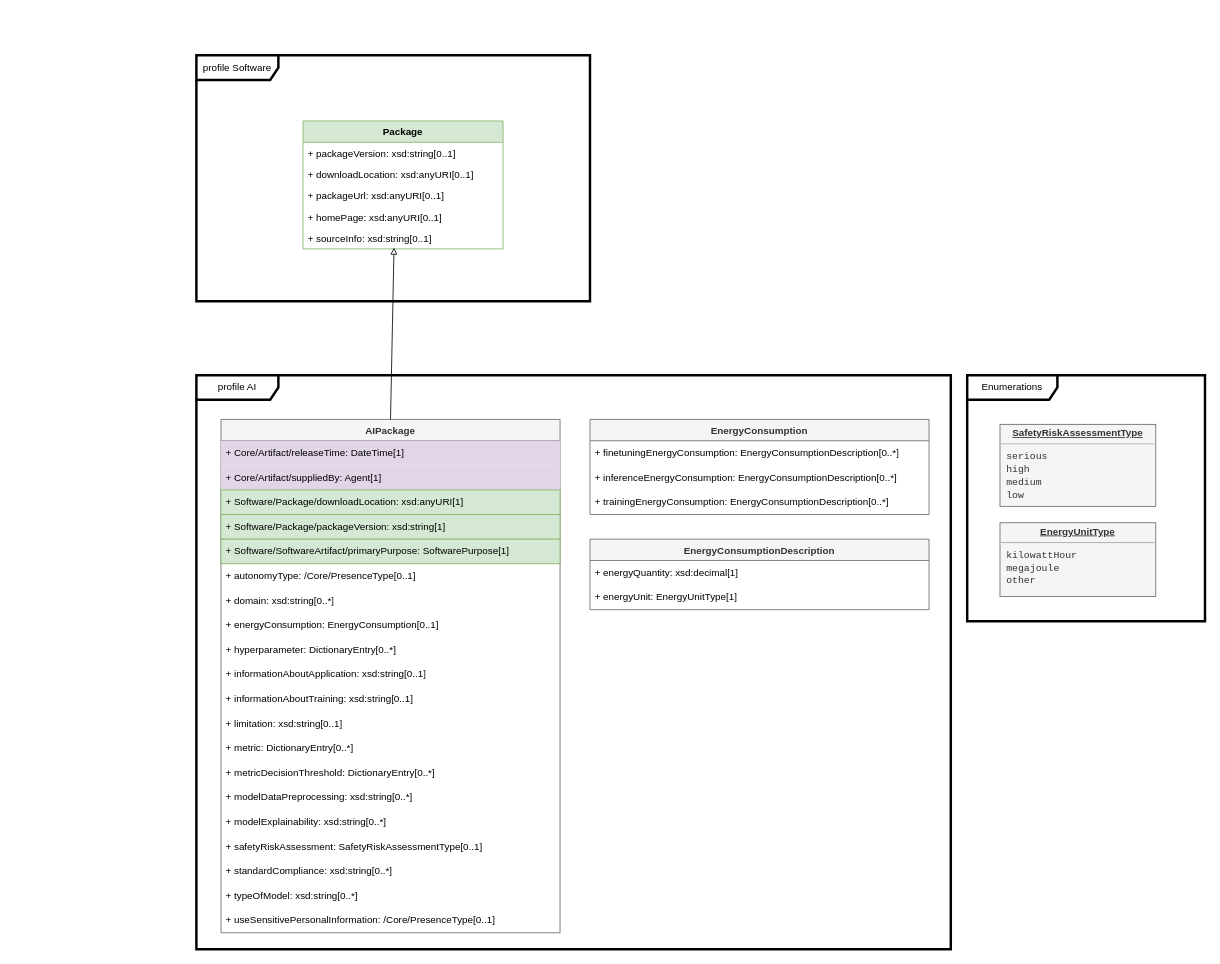
Above: page "AI" (7 of 8) of docs/model.drawio in spdx/spdx-3-model (draw.io), before the change. Source tidied: cells renumbered, new cells numbered last; positions are measured from the earlier drawing's top-left corner, leaving out a move shared by most shapes. Both pictures are drawn from the tidied source at 82%, with x=0, y=0 at pixel (196, 55).
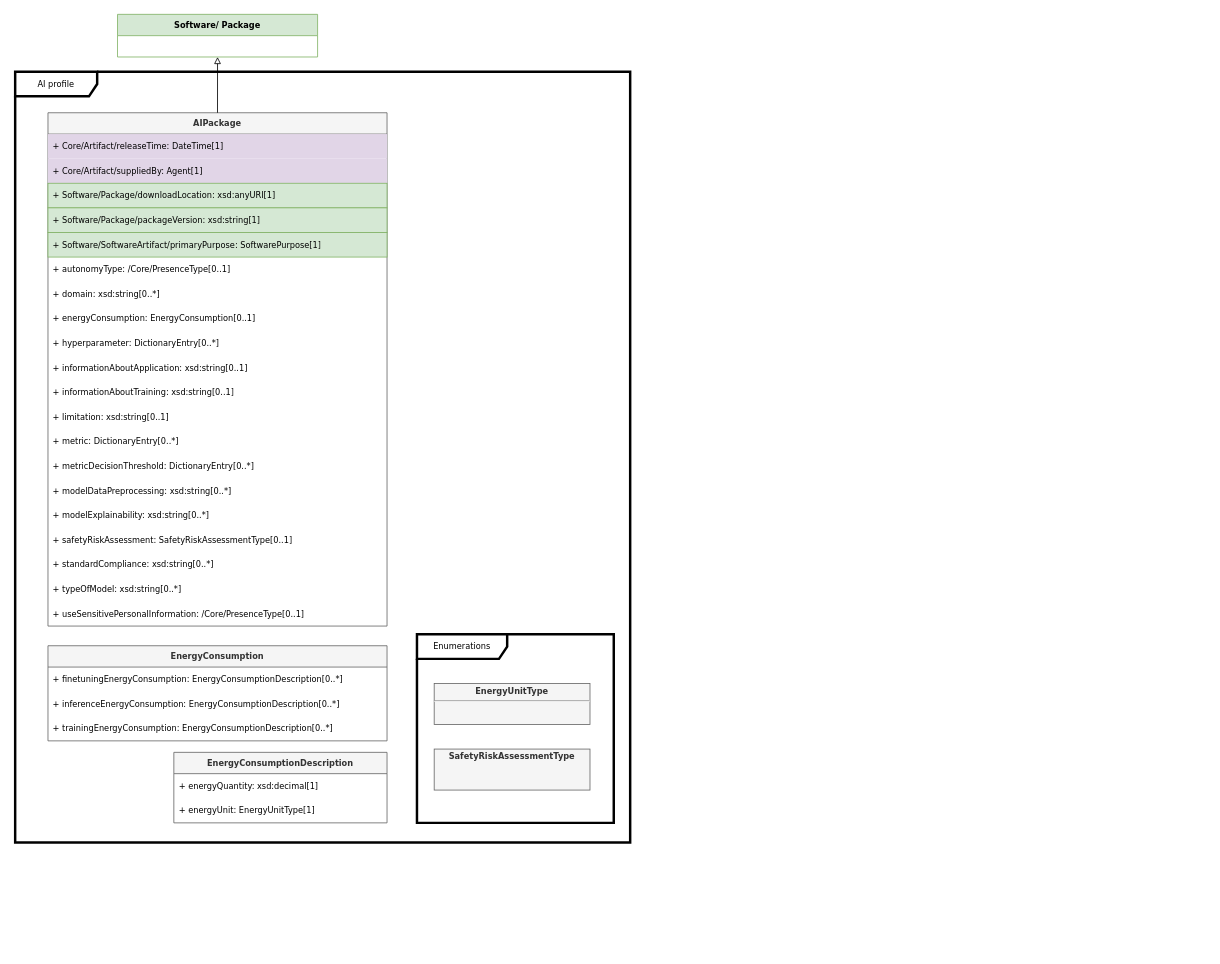
After the change.

Change to the diagram source:
```diff
@@
-    <mxCell id="2" value="profile Software" style="shape=umlFrame;whiteSpace=wrap;html=1;width=100;height=30;strokeWidth=3;" parent="1" vertex="1">
-      <mxGeometry width="480" height="300" as="geometry" />
-    </mxCell>
-    <mxCell id="3" value="Package" style="swimlane;fontStyle=1;horizontal=1;startSize=26;fillColor=#d5e8d4;strokeColor=#82b366;" parent="1" vertex="1">
-      <mxGeometry x="130" y="80" width="244" height="156" as="geometry" />
+    <mxCell id="3" value="Software/ Package" style="swimlane;fontStyle=1;horizontal=1;startSize=26;fillColor=#d5e8d4;strokeColor=#82b366;fontFamily=Verdana;fontSize=10;" parent="1" vertex="1">
+      <mxGeometry x="-96.2" y="-50" width="244" height="52" as="geometry" />
     </mxCell>
-    <mxCell id="4" value="+ packageVersion: xsd:string[0..1]" style="text;strokeColor=none;fillColor=none;align=left;verticalAlign=top;spacingLeft=4;spacingRight=4;overflow=hidden;" parent="3" vertex="1">
-      <mxGeometry y="26" width="244" height="26" as="geometry" />
-    </mxCell>
-    <mxCell id="5" value="+ downloadLocation: xsd:anyURI[0..1]" style="text;strokeColor=none;fillColor=none;align=left;verticalAlign=top;spacingLeft=4;spacingRight=4;overflow=hidden;" parent="3" vertex="1">
-      <mxGeometry y="52" width="244" height="26" as="geometry" />
-    </mxCell>
-    <mxCell id="6" value="+ packageUrl: xsd:anyURI[0..1]" style="text;strokeColor=none;fillColor=none;align=left;verticalAlign=top;spacingLeft=4;spacingRight=4;overflow=hidden;" parent="3" vertex="1">
-      <mxGeometry y="78" width="244" height="26" as="geometry" />
-    </mxCell>
-    <mxCell id="7" value="+ homePage: xsd:anyURI[0..1]" style="text;strokeColor=none;fillColor=none;align=left;verticalAlign=top;spacingLeft=4;spacingRight=4;overflow=hidden;" parent="3" vertex="1">
-      <mxGeometry y="104" width="244" height="26" as="geometry" />
-    </mxCell>
-    <mxCell id="8" value="+ sourceInfo: xsd:string[0..1]" style="text;strokeColor=none;fillColor=none;align=left;verticalAlign=top;spacingLeft=4;spacingRight=4;overflow=hidden;points=[[0,0.5],[1,0.5]];portConstraint=eastwest;" parent="3" vertex="1">
-      <mxGeometry y="130" width="244" height="26" as="geometry" />
-    </mxCell>
-    <mxCell id="9" value="profile AI" style="shape=umlFrame;whiteSpace=wrap;html=1;width=100;height=30;strokeWidth=3;" parent="1" vertex="1">
-      <mxGeometry y="390" width="920" height="700" as="geometry" />
+    <mxCell id="9" value="AI profile" style="shape=umlFrame;whiteSpace=wrap;html=1;width=100;height=30;strokeWidth=3;fontFamily=Verdana;fontSize=10;" parent="1" vertex="1">
+      <mxGeometry x="-221" y="20" width="750" height="940" as="geometry" />
     </mxCell>
-    <mxCell id="10" value="AIPackage" style="swimlane;fontStyle=1;horizontal=1;startSize=26;fillColor=#f5f5f5;strokeColor=#666666;fontColor=#333333;" parent="1" vertex="1">
-      <mxGeometry x="30" y="444" width="413.5" height="626" as="geometry" />
+    <mxCell id="10" value="AIPackage" style="swimlane;fontStyle=1;horizontal=1;startSize=26;fillColor=#f5f5f5;strokeColor=#666666;fontColor=#333333;fontFamily=Verdana;fontSize=10;" parent="1" vertex="1">
+      <mxGeometry x="-181" y="70" width="413.5" height="626" as="geometry" />
     </mxCell>
-    <mxCell id="11" value="+ Core/Artifact/releaseTime: DateTime[1]" style="text;strokeColor=none;fillColor=#E1D5E7;align=left;verticalAlign=middle;spacingLeft=4;spacingRight=4;overflow=hidden;whiteSpace=wrap;html=1;" parent="10" vertex="1">
+    <mxCell id="11" value="+ Core/Artifact/releaseTime: DateTime[1]" style="text;strokeColor=none;fillColor=#E1D5E7;align=left;verticalAlign=middle;spacingLeft=4;spacingRight=4;overflow=hidden;whiteSpace=wrap;html=1;fontFamily=Verdana;fontSize=10;" parent="10" vertex="1">
       <mxGeometry y="26" width="413.5" height="30" as="geometry" />
     </mxCell>
-    <mxCell id="12" value="+ Core/Artifact/suppliedBy: Agent[1]" style="text;strokeColor=none;fillColor=#E1D5E7;align=left;verticalAlign=middle;spacingLeft=4;spacingRight=4;overflow=hidden;whiteSpace=wrap;html=1;" parent="10" vertex="1">
+    <mxCell id="12" value="+ Core/Artifact/suppliedBy: Agent[1]" style="text;strokeColor=none;fillColor=#E1D5E7;align=left;verticalAlign=middle;spacingLeft=4;spacingRight=4;overflow=hidden;whiteSpace=wrap;html=1;fontFamily=Verdana;fontSize=10;" parent="10" vertex="1">
       <mxGeometry y="56" width="413.5" height="30" as="geometry" />
     </mxCell>
-    <mxCell id="13" value="+ Software/Package/downloadLocation: xsd:anyURI[1]" style="text;strokeColor=#82b366;fillColor=#d5e8d4;align=left;verticalAlign=middle;spacingLeft=4;spacingRight=4;overflow=hidden;whiteSpace=wrap;html=1;" parent="10" vertex="1">
+    <mxCell id="13" value="+ Software/Package/downloadLocation: xsd:anyURI[1]" style="text;strokeColor=#82b366;fillColor=#d5e8d4;align=left;verticalAlign=middle;spacingLeft=4;spacingRight=4;overflow=hidden;whiteSpace=wrap;html=1;fontFamily=Verdana;fontSize=10;" parent="10" vertex="1">
       <mxGeometry y="86" width="413.5" height="30" as="geometry" />
     </mxCell>
-    <mxCell id="14" value="+ Software/Package/packageVersion: xsd:string[1]" style="text;strokeColor=#82b366;fillColor=#d5e8d4;align=left;verticalAlign=middle;spacingLeft=4;spacingRight=4;overflow=hidden;whiteSpace=wrap;html=1;" parent="10" vertex="1">
+    <mxCell id="14" value="+ Software/Package/packageVersion: xsd:string[1]" style="text;strokeColor=#82b366;fillColor=#d5e8d4;align=left;verticalAlign=middle;spacingLeft=4;spacingRight=4;overflow=hidden;whiteSpace=wrap;html=1;fontFamily=Verdana;fontSize=10;" parent="10" vertex="1">
       <mxGeometry y="116" width="413.5" height="30" as="geometry" />
     </mxCell>
-    <mxCell id="15" value="+ Software/SoftwareArtifact/primaryPurpose: SoftwarePurpose[1]" style="text;strokeColor=#82b366;fillColor=#d5e8d4;align=left;verticalAlign=middle;spacingLeft=4;spacingRight=4;overflow=hidden;whiteSpace=wrap;html=1;" parent="10" vertex="1">
+    <mxCell id="15" value="+ Software/SoftwareArtifact/primaryPurpose: SoftwarePurpose[1]" style="text;strokeColor=#82b366;fillColor=#d5e8d4;align=left;verticalAlign=middle;spacingLeft=4;spacingRight=4;overflow=hidden;whiteSpace=wrap;html=1;fontFamily=Verdana;fontSize=10;" parent="10" vertex="1">
       <mxGeometry y="146" width="413.5" height="30" as="geometry" />
     </mxCell>
-    <mxCell id="16" value="+ autonomyType: /Core/PresenceType[0..1]" style="text;strokeColor=none;fillColor=none;align=left;verticalAlign=middle;spacingLeft=4;spacingRight=4;overflow=hidden;whiteSpace=wrap;html=1;" parent="10" vertex="1">
+    <mxCell id="16" value="+ autonomyType: /Core/PresenceType[0..1]" style="text;strokeColor=none;fillColor=none;align=left;verticalAlign=middle;spacingLeft=4;spacingRight=4;overflow=hidden;whiteSpace=wrap;html=1;fontFamily=Verdana;fontSize=10;" parent="10" vertex="1">
       <mxGeometry y="176" width="413.5" height="30" as="geometry" />
     </mxCell>
-    <mxCell id="17" value="+ domain: xsd:string[0..*]" style="text;strokeColor=none;fillColor=none;align=left;verticalAlign=middle;spacingLeft=4;spacingRight=4;overflow=hidden;whiteSpace=wrap;html=1;" parent="10" vertex="1">
+    <mxCell id="17" value="+ domain: xsd:string[0..*]" style="text;strokeColor=none;fillColor=none;align=left;verticalAlign=middle;spacingLeft=4;spacingRight=4;overflow=hidden;whiteSpace=wrap;html=1;fontFamily=Verdana;fontSize=10;" parent="10" vertex="1">
       <mxGeometry y="206" width="413.5" height="30" as="geometry" />
     </mxCell>
-    <mxCell id="18" value="+ energyConsumption: EnergyConsumption[0..1]" style="text;strokeColor=none;fillColor=none;align=left;verticalAlign=middle;spacingLeft=4;spacingRight=4;overflow=hidden;whiteSpace=wrap;html=1;" parent="10" vertex="1">
+    <mxCell id="18" value="+ energyConsumption: EnergyConsumption[0..1]" style="text;strokeColor=none;fillColor=none;align=left;verticalAlign=middle;spacingLeft=4;spacingRight=4;overflow=hidden;whiteSpace=wrap;html=1;fontFamily=Verdana;fontSize=10;" parent="10" vertex="1">
       <mxGeometry y="236" width="413.5" height="30" as="geometry" />
     </mxCell>
-    <mxCell id="19" value="+ hyperparameter: DictionaryEntry[0..*]" style="text;strokeColor=none;fillColor=none;align=left;verticalAlign=middle;spacingLeft=4;spacingRight=4;overflow=hidden;whiteSpace=wrap;html=1;" parent="10" vertex="1">
+    <mxCell id="19" value="+ hyperparameter: DictionaryEntry[0..*]" style="text;strokeColor=none;fillColor=none;align=left;verticalAlign=middle;spacingLeft=4;spacingRight=4;overflow=hidden;whiteSpace=wrap;html=1;fontFamily=Verdana;fontSize=10;" parent="10" vertex="1">
       <mxGeometry y="266" width="413.5" height="30" as="geometry" />
     </mxCell>
-    <mxCell id="20" value="+ informationAboutApplication: xsd:string[0..1]" style="text;strokeColor=none;fillColor=none;align=left;verticalAlign=middle;spacingLeft=4;spacingRight=4;overflow=hidden;whiteSpace=wrap;html=1;" parent="10" vertex="1">
+    <mxCell id="20" value="+ informationAboutApplication: xsd:string[0..1]" style="text;strokeColor=none;fillColor=none;align=left;verticalAlign=middle;spacingLeft=4;spacingRight=4;overflow=hidden;whiteSpace=wrap;html=1;fontFamily=Verdana;fontSize=10;" parent="10" vertex="1">
       <mxGeometry y="296" width="413.5" height="30" as="geometry" />
     </mxCell>
-    <mxCell id="21" value="+ informationAboutTraining: xsd:string[0..1]" style="text;strokeColor=none;fillColor=none;align=left;verticalAlign=middle;spacingLeft=4;spacingRight=4;overflow=hidden;whiteSpace=wrap;html=1;" parent="10" vertex="1">
+    <mxCell id="21" value="+ informationAboutTraining: xsd:string[0..1]" style="text;strokeColor=none;fillColor=none;align=left;verticalAlign=middle;spacingLeft=4;spacingRight=4;overflow=hidden;whiteSpace=wrap;html=1;fontFamily=Verdana;fontSize=10;" parent="10" vertex="1">
       <mxGeometry y="326" width="413.5" height="30" as="geometry" />
     </mxCell>
-    <mxCell id="22" value="+ limitation: xsd:string[0..1]" style="text;strokeColor=none;fillColor=none;align=left;verticalAlign=middle;spacingLeft=4;spacingRight=4;overflow=hidden;whiteSpace=wrap;html=1;" parent="10" vertex="1">
+    <mxCell id="22" value="+ limitation: xsd:string[0..1]" style="text;strokeColor=none;fillColor=none;align=left;verticalAlign=middle;spacingLeft=4;spacingRight=4;overflow=hidden;whiteSpace=wrap;html=1;fontFamily=Verdana;fontSize=10;" parent="10" vertex="1">
       <mxGeometry y="356" width="413.5" height="30" as="geometry" />
     </mxCell>
-    <mxCell id="23" value="+ metric: DictionaryEntry[0..*]" style="text;strokeColor=none;fillColor=none;align=left;verticalAlign=middle;spacingLeft=4;spacingRight=4;overflow=hidden;whiteSpace=wrap;html=1;" parent="10" vertex="1">
+    <mxCell id="23" value="+ metric: DictionaryEntry[0..*]" style="text;strokeColor=none;fillColor=none;align=left;verticalAlign=middle;spacingLeft=4;spacingRight=4;overflow=hidden;whiteSpace=wrap;html=1;fontFamily=Verdana;fontSize=10;" parent="10" vertex="1">
       <mxGeometry y="386" width="413.5" height="30" as="geometry" />
     </mxCell>
-    <mxCell id="24" value="+ metricDecisionThreshold: DictionaryEntry[0..*]" style="text;strokeColor=none;fillColor=none;align=left;verticalAlign=middle;spacingLeft=4;spacingRight=4;overflow=hidden;whiteSpace=wrap;html=1;" parent="10" vertex="1">
+    <mxCell id="24" value="+ metricDecisionThreshold: DictionaryEntry[0..*]" style="text;strokeColor=none;fillColor=none;align=left;verticalAlign=middle;spacingLeft=4;spacingRight=4;overflow=hidden;whiteSpace=wrap;html=1;fontFamily=Verdana;fontSize=10;" parent="10" vertex="1">
       <mxGeometry y="416" width="413.5" height="30" as="geometry" />
     </mxCell>
-    <mxCell id="25" value="+ modelDataPreprocessing: xsd:string[0..*]" style="text;strokeColor=none;fillColor=none;align=left;verticalAlign=middle;spacingLeft=4;spacingRight=4;overflow=hidden;whiteSpace=wrap;html=1;" parent="10" vertex="1">
+    <mxCell id="25" value="+ modelDataPreprocessing: xsd:string[0..*]" style="text;strokeColor=none;fillColor=none;align=left;verticalAlign=middle;spacingLeft=4;spacingRight=4;overflow=hidden;whiteSpace=wrap;html=1;fontFamily=Verdana;fontSize=10;" parent="10" vertex="1">
       <mxGeometry y="446" width="413.5" height="30" as="geometry" />
     </mxCell>
-    <mxCell id="26" value="+ modelExplainability: xsd:string[0..*]" style="text;strokeColor=none;fillColor=none;align=left;verticalAlign=middle;spacingLeft=4;spacingRight=4;overflow=hidden;whiteSpace=wrap;html=1;" parent="10" vertex="1">
+    <mxCell id="26" value="+ modelExplainability: xsd:string[0..*]" style="text;strokeColor=none;fillColor=none;align=left;verticalAlign=middle;spacingLeft=4;spacingRight=4;overflow=hidden;whiteSpace=wrap;html=1;fontFamily=Verdana;fontSize=10;" parent="10" vertex="1">
       <mxGeometry y="476" width="413.5" height="30" as="geometry" />
     </mxCell>
-    <mxCell id="27" value="+ safetyRiskAssessment: SafetyRiskAssessmentType[0..1]" style="text;strokeColor=none;fillColor=none;align=left;verticalAlign=middle;spacingLeft=4;spacingRight=4;overflow=hidden;whiteSpace=wrap;html=1;" parent="10" vertex="1">
+    <mxCell id="27" value="+ safetyRiskAssessment: SafetyRiskAssessmentType[0..1]" style="text;strokeColor=none;fillColor=none;align=left;verticalAlign=middle;spacingLeft=4;spacingRight=4;overflow=hidden;whiteSpace=wrap;html=1;fontFamily=Verdana;fontSize=10;" parent="10" vertex="1">
       <mxGeometry y="506" width="413.5" height="30" as="geometry" />
     </mxCell>
-    <mxCell id="28" value="+ standardCompliance: xsd:string[0..*]" style="text;strokeColor=none;fillColor=none;align=left;verticalAlign=middle;spacingLeft=4;spacingRight=4;overflow=hidden;whiteSpace=wrap;html=1;" parent="10" vertex="1">
+    <mxCell id="28" value="+ standardCompliance: xsd:string[0..*]" style="text;strokeColor=none;fillColor=none;align=left;verticalAlign=middle;spacingLeft=4;spacingRight=4;overflow=hidden;whiteSpace=wrap;html=1;fontFamily=Verdana;fontSize=10;" parent="10" vertex="1">
       <mxGeometry y="536" width="413.5" height="30" as="geometry" />
     </mxCell>
-    <mxCell id="29" value="+ typeOfModel: xsd:string[0..*]" style="text;strokeColor=none;fillColor=none;align=left;verticalAlign=middle;spacingLeft=4;spacingRight=4;overflow=hidden;whiteSpace=wrap;html=1;" parent="10" vertex="1">
+    <mxCell id="29" value="+ typeOfModel: xsd:string[0..*]" style="text;strokeColor=none;fillColor=none;align=left;verticalAlign=middle;spacingLeft=4;spacingRight=4;overflow=hidden;whiteSpace=wrap;html=1;fontFamily=Verdana;fontSize=10;" parent="10" vertex="1">
       <mxGeometry y="566" width="413.5" height="30" as="geometry" />
     </mxCell>
-    <mxCell id="30" value="+ useSensitivePersonalInformation: /Core/PresenceType[0..1]" style="text;strokeColor=none;fillColor=none;align=left;verticalAlign=middle;spacingLeft=4;spacingRight=4;overflow=hidden;whiteSpace=wrap;html=1;" parent="10" vertex="1">
+    <mxCell id="30" value="+ useSensitivePersonalInformation: /Core/PresenceType[0..1]" style="text;strokeColor=none;fillColor=none;align=left;verticalAlign=middle;spacingLeft=4;spacingRight=4;overflow=hidden;whiteSpace=wrap;html=1;fontFamily=Verdana;fontSize=10;" parent="10" vertex="1">
       <mxGeometry y="596" width="413.5" height="30" as="geometry" />
     </mxCell>
-    <mxCell id="31" style="endArrow=block;html=1;rounded=0;entryX=0.455;entryY=0.942;entryDx=0;entryDy=0;entryPerimeter=0;exitX=0.5;exitY=0;exitDx=0;exitDy=0;endFill=0;" parent="1" edge="1" source="10" target="8">
+    <mxCell id="31" style="endArrow=block;html=1;rounded=0;entryX=0.5;entryY=1;entryDx=0;entryDy=0;exitX=0.5;exitY=0;exitDx=0;exitDy=0;endFill=0;fontFamily=Verdana;fontSize=10;" parent="1" edge="1" source="10" target="3">
       <mxGeometry relative="1" as="geometry" />
     </mxCell>
-    <mxCell id="32" value="Enumerations" style="shape=umlFrame;whiteSpace=wrap;html=1;width=110;height=30;strokeWidth=3;" parent="1" vertex="1">
-      <mxGeometry x="940" y="390" width="290" height="300" as="geometry" />
+    <mxCell id="32" value="Enumerations" style="shape=umlFrame;whiteSpace=wrap;html=1;width=110;height=30;strokeWidth=3;fontStyle=0;fontFamily=Verdana;fontSize=10;" parent="1" vertex="1">
+      <mxGeometry x="269" y="706" width="240" height="230" as="geometry" />
     </mxCell>
-    <mxCell id="33" value="&lt;p style=&quot;margin: 0px ; margin-top: 4px ; text-align: center ; text-decoration: underline&quot;&gt;&lt;b&gt;SafetyRiskAssessmentType&lt;/b&gt;&lt;/p&gt;&lt;hr&gt;&lt;p style=&quot;margin: 0px ; margin-left: 8px&quot;&gt;&lt;font face=&quot;Courier New&quot;&gt;serious&lt;/font&gt;&lt;/p&gt;&lt;p style=&quot;margin: 0px ; margin-left: 8px&quot;&gt;&lt;font face=&quot;Courier New&quot;&gt;high&lt;/font&gt;&lt;/p&gt;&lt;p style=&quot;margin: 0px ; margin-left: 8px&quot;&gt;&lt;font face=&quot;Courier New&quot;&gt;medium&lt;/font&gt;&lt;/p&gt;&lt;p style=&quot;margin: 0px ; margin-left: 8px&quot;&gt;&lt;font face=&quot;Courier New&quot;&gt;low&lt;/font&gt;&lt;/p&gt;" style="verticalAlign=top;align=left;overflow=fill;fontSize=12;fontFamily=Helvetica;html=1;fillColor=#f5f5f5;strokeColor=#666666;fontColor=#333333;" parent="1" vertex="1">
-      <mxGeometry x="980" y="450" width="190" height="100" as="geometry" />
+    <mxCell id="33" value="&lt;p style=&quot;margin: 4px 0px 0px; text-align: center;&quot;&gt;&lt;b&gt;SafetyRiskAssessmentType&lt;/b&gt;&lt;/p&gt;&lt;p style=&quot;margin: 0px ; margin-left: 8px&quot;&gt;&lt;br&gt;&lt;/p&gt;" style="verticalAlign=top;align=left;overflow=fill;fontSize=10;fontFamily=Verdana;html=1;fillColor=#f5f5f5;strokeColor=#666666;fontColor=#333333;fontStyle=0;" parent="1" vertex="1">
+      <mxGeometry x="290" y="846" width="190" height="50" as="geometry" />
     </mxCell>
-    <mxCell id="34" value="EnergyConsumption" style="swimlane;fontStyle=1;horizontal=1;startSize=26;fillColor=#f5f5f5;strokeColor=#666666;fontColor=#333333;" parent="1" vertex="1">
-      <mxGeometry x="480" y="444" width="413.5" height="116" as="geometry" />
+    <mxCell id="34" value="EnergyConsumption" style="swimlane;fontStyle=1;horizontal=1;startSize=26;fillColor=#f5f5f5;strokeColor=#666666;fontColor=#333333;fontFamily=Verdana;fontSize=10;" parent="1" vertex="1">
+      <mxGeometry x="-181" y="720" width="413.5" height="116" as="geometry" />
     </mxCell>
-    <mxCell id="35" value="+ finetuningEnergyConsumption: EnergyConsumptionDescription[0..*]" style="text;strokeColor=none;fillColor=none;align=left;verticalAlign=middle;spacingLeft=4;spacingRight=4;overflow=hidden;whiteSpace=wrap;html=1;" parent="34" vertex="1">
+    <mxCell id="35" value="+ finetuningEnergyConsumption: EnergyConsumptionDescription[0..*]" style="text;strokeColor=none;fillColor=none;align=left;verticalAlign=middle;spacingLeft=4;spacingRight=4;overflow=hidden;whiteSpace=wrap;html=1;fontFamily=Verdana;fontSize=10;" parent="34" vertex="1">
       <mxGeometry y="26" width="413.5" height="30" as="geometry" />
     </mxCell>
-    <mxCell id="36" value="+ inferenceEnergyConsumption: EnergyConsumptionDescription[0..*]" style="text;strokeColor=none;fillColor=none;align=left;verticalAlign=middle;spacingLeft=4;spacingRight=4;overflow=hidden;whiteSpace=wrap;html=1;" parent="34" vertex="1">
+    <mxCell id="36" value="+ inferenceEnergyConsumption: EnergyConsumptionDescription[0..*]" style="text;strokeColor=none;fillColor=none;align=left;verticalAlign=middle;spacingLeft=4;spacingRight=4;overflow=hidden;whiteSpace=wrap;html=1;fontFamily=Verdana;fontSize=10;" parent="34" vertex="1">
       <mxGeometry y="56" width="413.5" height="30" as="geometry" />
     </mxCell>
-    <mxCell id="37" value="+ trainingEnergyConsumption: EnergyConsumptionDescription[0..*]" style="text;strokeColor=none;fillColor=none;align=left;verticalAlign=middle;spacingLeft=4;spacingRight=4;overflow=hidden;whiteSpace=wrap;html=1;" parent="34" vertex="1">
+    <mxCell id="37" value="+ trainingEnergyConsumption: EnergyConsumptionDescription[0..*]" style="text;strokeColor=none;fillColor=none;align=left;verticalAlign=middle;spacingLeft=4;spacingRight=4;overflow=hidden;whiteSpace=wrap;html=1;fontFamily=Verdana;fontSize=10;" parent="34" vertex="1">
       <mxGeometry y="86" width="413.5" height="30" as="geometry" />
     </mxCell>
-    <mxCell id="38" value="EnergyConsumptionDescription" style="swimlane;fontStyle=1;horizontal=1;startSize=26;fillColor=#f5f5f5;strokeColor=#666666;fontColor=#333333;" parent="1" vertex="1">
-      <mxGeometry x="480" y="590" width="413.5" height="86" as="geometry" />
+    <mxCell id="38" value="EnergyConsumptionDescription" style="swimlane;fontStyle=1;horizontal=1;startSize=26;fillColor=#f5f5f5;strokeColor=#666666;fontColor=#333333;fontFamily=Verdana;fontSize=10;" parent="1" vertex="1">
+      <mxGeometry x="-27.5" y="850" width="260" height="86" as="geometry" />
     </mxCell>
-    <mxCell id="39" value="+ energyQuantity: xsd:decimal[1]" style="text;strokeColor=none;fillColor=none;align=left;verticalAlign=middle;spacingLeft=4;spacingRight=4;overflow=hidden;whiteSpace=wrap;html=1;" parent="38" vertex="1">
-      <mxGeometry y="26" width="413.5" height="30" as="geometry" />
+    <mxCell id="39" value="+ energyQuantity: xsd:decimal[1]" style="text;strokeColor=none;fillColor=none;align=left;verticalAlign=middle;spacingLeft=4;spacingRight=4;overflow=hidden;whiteSpace=wrap;html=1;fontFamily=Verdana;fontSize=10;" parent="38" vertex="1">
+      <mxGeometry y="26" width="260" height="30" as="geometry" />
     </mxCell>
-    <mxCell id="40" value="+ energyUnit: EnergyUnitType[1]" style="text;strokeColor=none;fillColor=none;align=left;verticalAlign=middle;spacingLeft=4;spacingRight=4;overflow=hidden;whiteSpace=wrap;html=1;" parent="38" vertex="1">
-      <mxGeometry y="56" width="413.5" height="30" as="geometry" />
+    <mxCell id="40" value="+ energyUnit: EnergyUnitType[1]" style="text;strokeColor=none;fillColor=none;align=left;verticalAlign=middle;spacingLeft=4;spacingRight=4;overflow=hidden;whiteSpace=wrap;html=1;fontFamily=Verdana;fontSize=10;" parent="38" vertex="1">
+      <mxGeometry y="56" width="260" height="30" as="geometry" />
     </mxCell>
-    <mxCell id="41" value="&lt;p style=&quot;margin: 0px ; margin-top: 4px ; text-align: center ; text-decoration: underline&quot;&gt;&lt;b&gt;EnergyUnitType&lt;/b&gt;&lt;/p&gt;&lt;hr&gt;&lt;p style=&quot;margin: 0px ; margin-left: 8px&quot;&gt;&lt;font face=&quot;Courier New&quot;&gt;kilowattHour&lt;/font&gt;&lt;/p&gt;&lt;p style=&quot;margin: 0px ; margin-left: 8px&quot;&gt;&lt;font face=&quot;Courier New&quot;&gt;megajoule&lt;/font&gt;&lt;/p&gt;&lt;p style=&quot;margin: 0px ; margin-left: 8px&quot;&gt;&lt;font face=&quot;Courier New&quot;&gt;other&lt;/font&gt;&lt;/p&gt;" style="verticalAlign=top;align=left;overflow=fill;fontSize=12;fontFamily=Helvetica;html=1;fillColor=#f5f5f5;strokeColor=#666666;fontColor=#333333;" parent="1" vertex="1">
-      <mxGeometry x="980" y="570" width="190" height="90" as="geometry" />
+    <mxCell id="41" value="&lt;p style=&quot;margin: 4px 0px 0px; text-align: center;&quot;&gt;&lt;b&gt;EnergyUnitType&lt;/b&gt;&lt;/p&gt;&lt;hr&gt;&lt;p style=&quot;margin: 0px ; margin-left: 8px&quot;&gt;&lt;br&gt;&lt;/p&gt;" style="verticalAlign=top;align=left;overflow=fill;fontSize=10;fontFamily=Verdana;html=1;fillColor=#f5f5f5;strokeColor=#666666;fontColor=#333333;fontStyle=0;" parent="1" vertex="1">
+      <mxGeometry x="290" y="766" width="190" height="50" as="geometry" />
     </mxCell>
```
